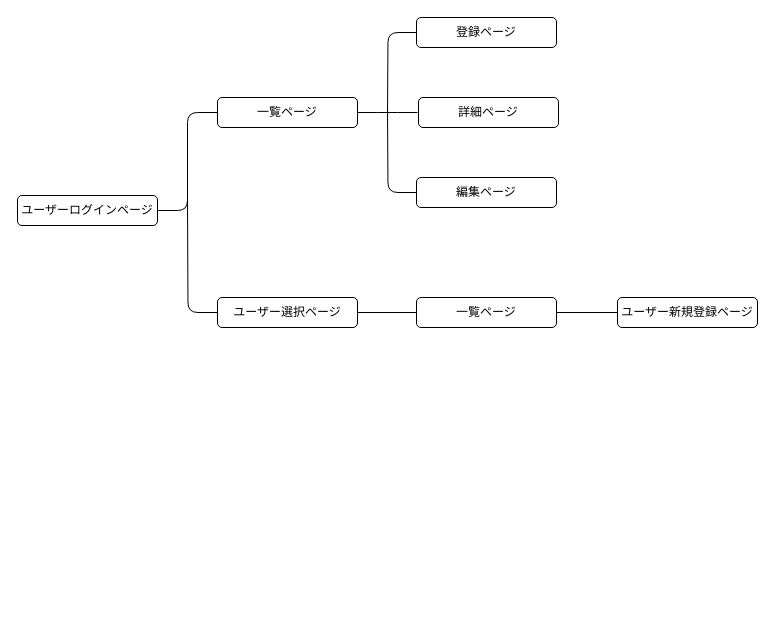
shinjimjim/hernia-app-375703 keeps this draw.io diagram as page "ページ2" (2 of 2) of ER.dio. Above is the earlier version. Source tidied: cells renumbered, new cells numbered last; positions are measured from the earlier drawing's top-left corner, leaving out a move shared by most shapes. Both pictures are drawn from the tidied source at 100%, with x=0, y=0 at pixel (17, 17).
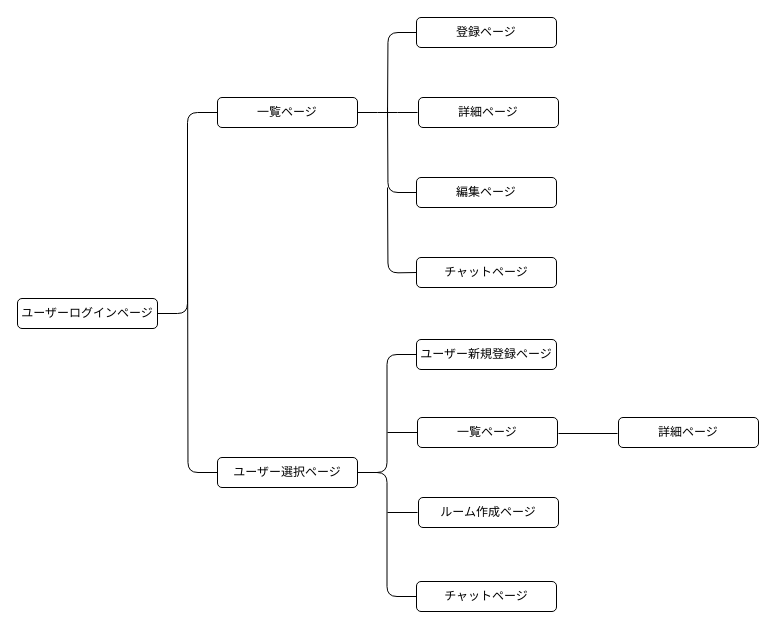
After the change.

Change to the diagram source:
```diff
@@
     <mxCell id="3" value="ユーザーログインページ" style="rounded=1;whiteSpace=wrap;html=1;" parent="1" vertex="1">
-      <mxGeometry y="178" width="140" height="30" as="geometry" />
+      <mxGeometry y="281" width="140" height="30" as="geometry" />
     </mxCell>
@@
     <mxCell id="13" value="ユーザー選択ページ" style="rounded=1;whiteSpace=wrap;html=1;" parent="1" vertex="1">
-      <mxGeometry x="200" y="280" width="140" height="30" as="geometry" />
+      <mxGeometry x="200" y="440" width="140" height="30" as="geometry" />
     </mxCell>
-    <mxCell id="14" style="edgeStyle=orthogonalEdgeStyle;html=1;entryX=0;entryY=0.5;entryDx=0;entryDy=0;startArrow=none;startFill=0;endArrow=none;endFill=0;" parent="1" edge="1" source="15" target="16">
-      <mxGeometry relative="1" as="geometry" />
-    </mxCell>
-    <mxCell id="15" value="一覧ページ" style="rounded=1;whiteSpace=wrap;html=1;" parent="1" vertex="1">
-      <mxGeometry x="399" y="280" width="140" height="30" as="geometry" />
+    <mxCell id="15" value="ユーザー新規登録ページ" style="rounded=1;whiteSpace=wrap;html=1;" parent="1" vertex="1">
+      <mxGeometry x="399" y="322" width="140" height="30" as="geometry" />
     </mxCell>
-    <mxCell id="16" value="ユーザー新規登録ページ" style="rounded=1;whiteSpace=wrap;html=1;" parent="1" vertex="1">
-      <mxGeometry x="600" y="280" width="140" height="30" as="geometry" />
-    </mxCell>
+    <mxCell id="17" value="チャットページ" style="rounded=1;whiteSpace=wrap;html=1;" parent="1" vertex="1">
+      <mxGeometry x="399" y="240" width="140" height="30" as="geometry" />
+    </mxCell>
+    <mxCell id="18" style="edgeStyle=orthogonalEdgeStyle;html=1;startArrow=none;startFill=0;endArrow=none;endFill=0;" parent="1" edge="1">
+      <mxGeometry relative="1" as="geometry">
+        <mxPoint x="399" y="255" as="sourcePoint" />
+        <mxPoint x="370" y="170" as="targetPoint" />
+      </mxGeometry>
+    </mxCell>
+    <mxCell id="19" value="一覧ページ" style="rounded=1;whiteSpace=wrap;html=1;" parent="1" vertex="1">
+      <mxGeometry x="400" y="400" width="140" height="30" as="geometry" />
+    </mxCell>
+    <mxCell id="20" value="詳細ページ" style="rounded=1;whiteSpace=wrap;html=1;" parent="1" vertex="1">
+      <mxGeometry x="601" y="400" width="140" height="30" as="geometry" />
+    </mxCell>
+    <mxCell id="21" value="ルーム作成ページ" style="rounded=1;whiteSpace=wrap;html=1;" parent="1" vertex="1">
+      <mxGeometry x="401" y="480" width="140" height="30" as="geometry" />
+    </mxCell>
+    <mxCell id="22" value="チャットページ" style="rounded=1;whiteSpace=wrap;html=1;" parent="1" vertex="1">
+      <mxGeometry x="399" y="564" width="140" height="30" as="geometry" />
+    </mxCell>
+    <mxCell id="23" style="edgeStyle=orthogonalEdgeStyle;html=1;entryX=0;entryY=0.5;entryDx=0;entryDy=0;startArrow=none;startFill=0;endArrow=none;endFill=0;exitX=1;exitY=0.5;exitDx=0;exitDy=0;" parent="1" edge="1" source="13" target="22">
+      <mxGeometry relative="1" as="geometry" />
+    </mxCell>
+    <mxCell id="24" style="endArrow=none;html=1;rounded=0;startSize=10;endSize=10;" parent="1" edge="1">
+      <mxGeometry relative="1" as="geometry">
+        <mxPoint x="370" y="415" as="sourcePoint" />
+        <mxPoint x="400" y="415" as="targetPoint" />
+      </mxGeometry>
+    </mxCell>
+    <mxCell id="25" style="endArrow=none;html=1;rounded=0;startSize=10;endSize=10;" parent="1" edge="1">
+      <mxGeometry relative="1" as="geometry">
+        <mxPoint x="370" y="495" as="sourcePoint" />
+        <mxPoint x="400" y="495" as="targetPoint" />
+      </mxGeometry>
+    </mxCell>
+    <mxCell id="26" style="endArrow=none;html=1;rounded=0;startSize=10;endSize=10;" parent="1" edge="1">
+      <mxGeometry relative="1" as="geometry">
+        <mxPoint x="541" y="416" as="sourcePoint" />
+        <mxPoint x="600" y="416" as="targetPoint" />
+      </mxGeometry>
+    </mxCell>
```
